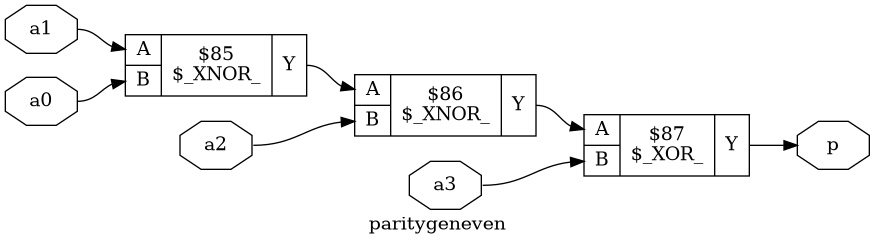
josewandersonsantos/fpga-projects keeps this Graphviz diagram as Combinational/ParityGenEven/schematic.png. Above is the earlier version. Its source is kept beside it as Combinational/ParityGenEven/schematic.dot. The source it was exported from:
```dot
digraph "paritygeneven" {
label="paritygeneven";
rankdir="LR";
remincross=true;
n3 [ shape=octagon, label="a0", color="black", fontcolor="black" ];
n4 [ shape=octagon, label="a1", color="black", fontcolor="black" ];
n5 [ shape=octagon, label="a2", color="black", fontcolor="black" ];
n6 [ shape=octagon, label="a3", color="black", fontcolor="black" ];
n7 [ shape=octagon, label="p", color="black", fontcolor="black" ];
c11 [ shape=record, label="{{<p8> A|<p9> B}|$85\n$_XNOR_|{<p10> Y}}",  ];
c12 [ shape=record, label="{{<p8> A|<p9> B}|$86\n$_XNOR_|{<p10> Y}}",  ];
c13 [ shape=record, label="{{<p8> A|<p9> B}|$87\n$_XOR_|{<p10> Y}}",  ];
c11:p10:e -> c12:p8:w [color="black", fontcolor="black", label=""];
c12:p10:e -> c13:p8:w [color="black", fontcolor="black", label=""];
n3:e -> c11:p9:w [color="black", fontcolor="black", label=""];
n4:e -> c11:p8:w [color="black", fontcolor="black", label=""];
n5:e -> c12:p9:w [color="black", fontcolor="black", label=""];
n6:e -> c13:p9:w [color="black", fontcolor="black", label=""];
c13:p10:e -> n7:w [color="black", fontcolor="black", label=""];
}
```
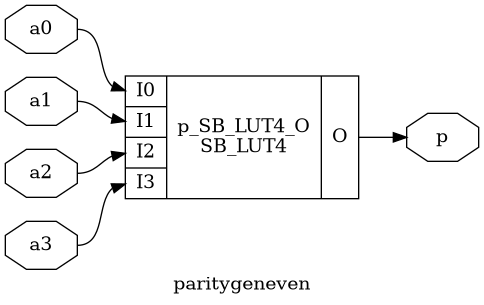
Later version of the same file.

Diff of the diagram source:
```diff
@@ -2,19 +2,15 @@
 label="paritygeneven";
 rankdir="LR";
 remincross=true;
-n3 [ shape=octagon, label="a0", color="black", fontcolor="black" ];
-n4 [ shape=octagon, label="a1", color="black", fontcolor="black" ];
-n5 [ shape=octagon, label="a2", color="black", fontcolor="black" ];
-n6 [ shape=octagon, label="a3", color="black", fontcolor="black" ];
-n7 [ shape=octagon, label="p", color="black", fontcolor="black" ];
-c11 [ shape=record, label="{{<p8> A|<p9> B}|$85\n$_XNOR_|{<p10> Y}}",  ];
-c12 [ shape=record, label="{{<p8> A|<p9> B}|$86\n$_XNOR_|{<p10> Y}}",  ];
-c13 [ shape=record, label="{{<p8> A|<p9> B}|$87\n$_XOR_|{<p10> Y}}",  ];
-c11:p10:e -> c12:p8:w [color="black", fontcolor="black", label=""];
-c12:p10:e -> c13:p8:w [color="black", fontcolor="black", label=""];
-n3:e -> c11:p9:w [color="black", fontcolor="black", label=""];
-n4:e -> c11:p8:w [color="black", fontcolor="black", label=""];
-n5:e -> c12:p9:w [color="black", fontcolor="black", label=""];
-n6:e -> c13:p9:w [color="black", fontcolor="black", label=""];
-c13:p10:e -> n7:w [color="black", fontcolor="black", label=""];
+n1 [ shape=octagon, label="a0", color="black", fontcolor="black" ];
+n2 [ shape=octagon, label="a1", color="black", fontcolor="black" ];
+n3 [ shape=octagon, label="a2", color="black", fontcolor="black" ];
+n4 [ shape=octagon, label="a3", color="black", fontcolor="black" ];
+n5 [ shape=octagon, label="p", color="black", fontcolor="black" ];
+c11 [ shape=record, label="{{<p6> I0|<p7> I1|<p8> I2|<p9> I3}|p_SB_LUT4_O\nSB_LUT4|{<p10> O}}",  ];
+n1:e -> c11:p6:w [color="black", fontcolor="black", label=""];
+n2:e -> c11:p7:w [color="black", fontcolor="black", label=""];
+n3:e -> c11:p8:w [color="black", fontcolor="black", label=""];
+n4:e -> c11:p9:w [color="black", fontcolor="black", label=""];
+c11:p10:e -> n5:w [color="black", fontcolor="black", label=""];
 }
```
